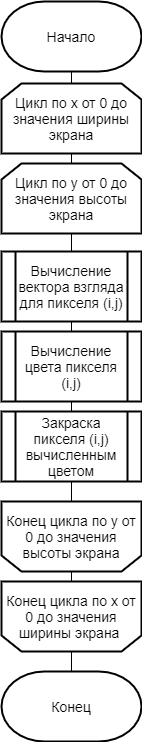
Earlier version of the draw.io export lab4/report/inc/img/trass_simple.png (alena-zayts/BMSTU_5sem_analysis_of_algorithms). Source tidied: cells renumbered, new cells last; positions are measured from the earlier drawing's top-left corner, leaving out a move shared by most shapes. Its diagram source:
```xml
<mxGraphModel>
  <root>
    <mxCell id="0" />
    <mxCell id="1" parent="0" />
    <mxCell id="2" style="edgeStyle=orthogonalEdgeStyle;rounded=0;jettySize=auto;html=1;exitX=0.5;exitY=0;exitDx=0;exitDy=0;entryX=0.5;entryY=1;entryDx=0;entryDy=0;endArrow=none;endFill=0;exitPerimeter=0;entryPerimeter=0;" parent="1" edge="1" source="3" target="5">
      <mxGeometry relative="1" as="geometry" />
    </mxCell>
    <mxCell id="3" value="Конец" style="strokeWidth=2;html=1;shape=mxgraph.flowchart.terminator;whiteSpace=wrap;fontSize=14;" parent="1" vertex="1">
      <mxGeometry y="670" width="140" height="70" as="geometry" />
    </mxCell>
    <mxCell id="4" style="edgeStyle=orthogonalEdgeStyle;rounded=0;orthogonalLoop=1;jettySize=auto;html=1;exitX=0.5;exitY=1;exitDx=0;exitDy=0;entryX=0.5;entryY=0;entryDx=0;entryDy=0;entryPerimeter=0;endArrow=none;endFill=0;" parent="1" edge="1">
      <mxGeometry relative="1" as="geometry">
        <mxPoint x="70" y="72" as="sourcePoint" />
        <mxPoint x="70" y="82" as="targetPoint" />
      </mxGeometry>
    </mxCell>
    <mxCell id="5" value="&lt;font style=&quot;font-size: 14px&quot;&gt;Начало&lt;/font&gt;" style="strokeWidth=2;html=1;shape=mxgraph.flowchart.terminator;whiteSpace=wrap;fontSize=14;fontFamily=Helvetica;" parent="1" vertex="1">
      <mxGeometry width="140" height="70" as="geometry" />
    </mxCell>
    <mxCell id="6" style="edgeStyle=orthogonalEdgeStyle;rounded=0;orthogonalLoop=1;jettySize=auto;html=1;exitX=0.5;exitY=1;exitDx=0;exitDy=0;entryX=0.5;entryY=0;entryDx=0;entryDy=0;endArrow=none;endFill=0;" parent="1" edge="1">
      <mxGeometry relative="1" as="geometry">
        <mxPoint x="70" y="70" as="sourcePoint" />
        <mxPoint x="70" y="80" as="targetPoint" />
      </mxGeometry>
    </mxCell>
    <mxCell id="7" style="edgeStyle=orthogonalEdgeStyle;rounded=0;orthogonalLoop=1;jettySize=auto;html=1;exitX=0.5;exitY=1;exitDx=0;exitDy=0;exitPerimeter=0;entryX=0.5;entryY=0;entryDx=0;entryDy=0;endArrow=none;endFill=0;entryPerimeter=0;" parent="1" edge="1">
      <mxGeometry relative="1" as="geometry">
        <mxPoint x="70" y="152" as="sourcePoint" />
        <mxPoint x="70" y="162" as="targetPoint" />
      </mxGeometry>
    </mxCell>
    <mxCell id="8" style="edgeStyle=orthogonalEdgeStyle;rounded=0;jettySize=auto;html=1;exitX=0.5;exitY=1;exitDx=0;exitDy=0;exitPerimeter=0;entryX=0.5;entryY=1;entryDx=0;entryDy=0;endArrow=none;endFill=0;" parent="1" edge="1" source="16">
      <mxGeometry relative="1" as="geometry">
        <mxPoint x="70" y="500" as="targetPoint" />
      </mxGeometry>
    </mxCell>
    <mxCell id="9" value="&lt;span style=&quot;font-size: 14px&quot;&gt;Цикл по x от 0 до значения ширины экрана&lt;/span&gt;" style="shape=loopLimit;whiteSpace=wrap;html=1;strokeWidth=2;" parent="1" vertex="1">
      <mxGeometry y="82" width="140" height="70" as="geometry" />
    </mxCell>
    <mxCell id="10" style="edgeStyle=orthogonalEdgeStyle;rounded=0;jettySize=auto;html=1;exitX=0.5;exitY=1;exitDx=0;exitDy=0;entryX=0.5;entryY=0;entryDx=0;entryDy=0;endArrow=none;endFill=0;" parent="1" edge="1" source="11" target="13">
      <mxGeometry relative="1" as="geometry" />
    </mxCell>
    <mxCell id="11" value="&lt;span style=&quot;font-size: 14px&quot;&gt;Цикл по y от 0 до значения высоты экрана&lt;/span&gt;" style="shape=loopLimit;whiteSpace=wrap;html=1;strokeWidth=2;" parent="1" vertex="1">
      <mxGeometry y="162" width="140" height="70" as="geometry" />
    </mxCell>
    <mxCell id="12" style="edgeStyle=orthogonalEdgeStyle;rounded=0;jettySize=auto;html=1;exitX=0.5;exitY=1;exitDx=0;exitDy=0;entryX=0.5;entryY=0;entryDx=0;entryDy=0;endArrow=none;endFill=0;" parent="1" edge="1" source="13" target="14">
      <mxGeometry relative="1" as="geometry" />
    </mxCell>
    <mxCell id="13" value="Вычисление цвета пикселя (i,j)" style="shape=process;whiteSpace=wrap;html=1;backgroundOutline=1;strokeWidth=2;fontSize=14;" parent="1" vertex="1">
      <mxGeometry y="330" width="140" height="70" as="geometry" />
    </mxCell>
    <mxCell id="14" value="Закраска пикселя (i,j) вычисленным цветом" style="shape=process;whiteSpace=wrap;html=1;backgroundOutline=1;strokeWidth=2;fontSize=14;" parent="1" vertex="1">
      <mxGeometry y="410" width="140" height="70" as="geometry" />
    </mxCell>
    <mxCell id="15" value="Вычисление вектора взгляда для пикселя (i,j)" style="shape=process;whiteSpace=wrap;html=1;backgroundOutline=1;strokeWidth=2;fontSize=14;" parent="1" vertex="1">
      <mxGeometry y="250" width="140" height="70" as="geometry" />
    </mxCell>
    <mxCell id="16" value="&lt;span style=&quot;font-size: 14px&quot;&gt;Конец цикла&amp;nbsp;&lt;/span&gt;&lt;span style=&quot;font-size: 14px&quot;&gt;по y от 0 до значения высоты экрана&lt;/span&gt;" style="shape=loopLimit;whiteSpace=wrap;html=1;strokeWidth=2;direction=west;" parent="1" vertex="1">
      <mxGeometry y="500" width="140" height="70" as="geometry" />
    </mxCell>
    <mxCell id="17" value="&lt;span style=&quot;font-size: 14px&quot;&gt;Конец цикла&amp;nbsp;&lt;/span&gt;&lt;span style=&quot;font-size: 14px&quot;&gt;по x от 0 до значения ширины экрана&amp;nbsp;&lt;/span&gt;" style="shape=loopLimit;whiteSpace=wrap;html=1;strokeWidth=2;direction=west;" parent="1" vertex="1">
      <mxGeometry y="580" width="140" height="70" as="geometry" />
    </mxCell>
  </root>
</mxGraphModel>
```
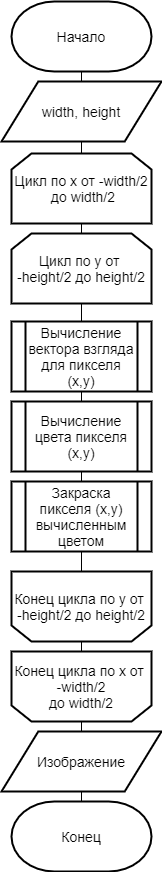
After the change.

Diff of the diagram source:
```diff
@@ -2,11 +2,8 @@
   <root>
     <mxCell id="0" />
     <mxCell id="1" parent="0" />
-    <mxCell id="2" style="edgeStyle=orthogonalEdgeStyle;rounded=0;jettySize=auto;html=1;exitX=0.5;exitY=0;exitDx=0;exitDy=0;entryX=0.5;entryY=1;entryDx=0;entryDy=0;endArrow=none;endFill=0;exitPerimeter=0;entryPerimeter=0;" parent="1" edge="1" source="3" target="5">
-      <mxGeometry relative="1" as="geometry" />
-    </mxCell>
     <mxCell id="3" value="Конец" style="strokeWidth=2;html=1;shape=mxgraph.flowchart.terminator;whiteSpace=wrap;fontSize=14;" parent="1" vertex="1">
-      <mxGeometry y="670" width="140" height="70" as="geometry" />
+      <mxGeometry y="730" width="140" height="70" as="geometry" />
     </mxCell>
     <mxCell id="4" style="edgeStyle=orthogonalEdgeStyle;rounded=0;orthogonalLoop=1;jettySize=auto;html=1;exitX=0.5;exitY=1;exitDx=0;exitDy=0;entryX=0.5;entryY=0;entryDx=0;entryDy=0;entryPerimeter=0;endArrow=none;endFill=0;" parent="1" edge="1">
       <mxGeometry relative="1" as="geometry">
@@ -14,8 +11,11 @@
         <mxPoint x="70" y="82" as="targetPoint" />
       </mxGeometry>
     </mxCell>
+    <mxCell id="18" style="edgeStyle=orthogonalEdgeStyle;rounded=0;jettySize=auto;html=1;exitX=0.5;exitY=1;exitDx=0;exitDy=0;exitPerimeter=0;endArrow=none;endFill=0;" parent="1" edge="1" source="5" target="3">
+      <mxGeometry relative="1" as="geometry" />
+    </mxCell>
     <mxCell id="5" value="&lt;font style=&quot;font-size: 14px&quot;&gt;Начало&lt;/font&gt;" style="strokeWidth=2;html=1;shape=mxgraph.flowchart.terminator;whiteSpace=wrap;fontSize=14;fontFamily=Helvetica;" parent="1" vertex="1">
-      <mxGeometry width="140" height="70" as="geometry" />
+      <mxGeometry y="-70" width="140" height="70" as="geometry" />
     </mxCell>
     <mxCell id="6" style="edgeStyle=orthogonalEdgeStyle;rounded=0;orthogonalLoop=1;jettySize=auto;html=1;exitX=0.5;exitY=1;exitDx=0;exitDy=0;entryX=0.5;entryY=0;entryDx=0;entryDy=0;endArrow=none;endFill=0;" parent="1" edge="1">
       <mxGeometry relative="1" as="geometry">
@@ -34,32 +34,41 @@
         <mxPoint x="70" y="500" as="targetPoint" />
       </mxGeometry>
     </mxCell>
-    <mxCell id="9" value="&lt;span style=&quot;font-size: 14px&quot;&gt;Цикл по x от 0 до значения ширины экрана&lt;/span&gt;" style="shape=loopLimit;whiteSpace=wrap;html=1;strokeWidth=2;" parent="1" vertex="1">
+    <mxCell id="9" value="&lt;span style=&quot;font-size: 14px&quot;&gt;Цикл по x от -&lt;/span&gt;&lt;span style=&quot;font-size: 14px&quot;&gt;width/2&lt;/span&gt;&lt;span style=&quot;font-size: 14px&quot;&gt;&lt;br&gt;&amp;nbsp;до&amp;nbsp;&lt;/span&gt;&lt;span style=&quot;font-size: 14px&quot;&gt;width/2&lt;/span&gt;" style="shape=loopLimit;whiteSpace=wrap;html=1;strokeWidth=2;" parent="1" vertex="1">
       <mxGeometry y="82" width="140" height="70" as="geometry" />
     </mxCell>
     <mxCell id="10" style="edgeStyle=orthogonalEdgeStyle;rounded=0;jettySize=auto;html=1;exitX=0.5;exitY=1;exitDx=0;exitDy=0;entryX=0.5;entryY=0;entryDx=0;entryDy=0;endArrow=none;endFill=0;" parent="1" edge="1" source="11" target="13">
       <mxGeometry relative="1" as="geometry" />
     </mxCell>
-    <mxCell id="11" value="&lt;span style=&quot;font-size: 14px&quot;&gt;Цикл по y от 0 до значения высоты экрана&lt;/span&gt;" style="shape=loopLimit;whiteSpace=wrap;html=1;strokeWidth=2;" parent="1" vertex="1">
+    <mxCell id="11" value="&lt;span style=&quot;font-size: 14px&quot;&gt;Цикл по y от &lt;br&gt;-height/2 до&amp;nbsp;&lt;/span&gt;&lt;span style=&quot;font-size: 14px&quot;&gt;height/2&lt;/span&gt;" style="shape=loopLimit;whiteSpace=wrap;html=1;strokeWidth=2;" parent="1" vertex="1">
       <mxGeometry y="162" width="140" height="70" as="geometry" />
     </mxCell>
     <mxCell id="12" style="edgeStyle=orthogonalEdgeStyle;rounded=0;jettySize=auto;html=1;exitX=0.5;exitY=1;exitDx=0;exitDy=0;entryX=0.5;entryY=0;entryDx=0;entryDy=0;endArrow=none;endFill=0;" parent="1" edge="1" source="13" target="14">
       <mxGeometry relative="1" as="geometry" />
     </mxCell>
-    <mxCell id="13" value="Вычисление цвета пикселя (i,j)" style="shape=process;whiteSpace=wrap;html=1;backgroundOutline=1;strokeWidth=2;fontSize=14;" parent="1" vertex="1">
+    <mxCell id="13" value="Вычисление цвета пикселя (x,y)" style="shape=process;whiteSpace=wrap;html=1;backgroundOutline=1;strokeWidth=2;fontSize=14;" parent="1" vertex="1">
       <mxGeometry y="330" width="140" height="70" as="geometry" />
     </mxCell>
-    <mxCell id="14" value="Закраска пикселя (i,j) вычисленным цветом" style="shape=process;whiteSpace=wrap;html=1;backgroundOutline=1;strokeWidth=2;fontSize=14;" parent="1" vertex="1">
+    <mxCell id="14" value="Закраска пикселя (x,y) вычисленным цветом" style="shape=process;whiteSpace=wrap;html=1;backgroundOutline=1;strokeWidth=2;fontSize=14;" parent="1" vertex="1">
       <mxGeometry y="410" width="140" height="70" as="geometry" />
     </mxCell>
-    <mxCell id="15" value="Вычисление вектора взгляда для пикселя (i,j)" style="shape=process;whiteSpace=wrap;html=1;backgroundOutline=1;strokeWidth=2;fontSize=14;" parent="1" vertex="1">
+    <mxCell id="15" value="Вычисление вектора взгляда для пикселя (x,y)" style="shape=process;whiteSpace=wrap;html=1;backgroundOutline=1;strokeWidth=2;fontSize=14;" parent="1" vertex="1">
       <mxGeometry y="250" width="140" height="70" as="geometry" />
     </mxCell>
-    <mxCell id="16" value="&lt;span style=&quot;font-size: 14px&quot;&gt;Конец цикла&amp;nbsp;&lt;/span&gt;&lt;span style=&quot;font-size: 14px&quot;&gt;по y от 0 до значения высоты экрана&lt;/span&gt;" style="shape=loopLimit;whiteSpace=wrap;html=1;strokeWidth=2;direction=west;" parent="1" vertex="1">
+    <mxCell id="16" value="&lt;span style=&quot;font-size: 14px&quot;&gt;Конец цикла&amp;nbsp;&lt;/span&gt;&lt;span style=&quot;font-size: 14px&quot;&gt;по y от&amp;nbsp;&lt;br&gt;-height/2 до&amp;nbsp;&lt;/span&gt;&lt;span style=&quot;font-size: 14px&quot;&gt;height/2&lt;/span&gt;" style="shape=loopLimit;whiteSpace=wrap;html=1;strokeWidth=2;direction=west;" parent="1" vertex="1">
       <mxGeometry y="500" width="140" height="70" as="geometry" />
     </mxCell>
-    <mxCell id="17" value="&lt;span style=&quot;font-size: 14px&quot;&gt;Конец цикла&amp;nbsp;&lt;/span&gt;&lt;span style=&quot;font-size: 14px&quot;&gt;по x от 0 до значения ширины экрана&amp;nbsp;&lt;/span&gt;" style="shape=loopLimit;whiteSpace=wrap;html=1;strokeWidth=2;direction=west;" parent="1" vertex="1">
+    <mxCell id="17" value="&lt;span style=&quot;font-size: 14px&quot;&gt;Конец цикла&amp;nbsp;&lt;/span&gt;&lt;span style=&quot;font-size: 14px&quot;&gt;по x от &lt;br&gt;-&lt;/span&gt;&lt;span style=&quot;font-size: 14px&quot;&gt;width/2&lt;/span&gt;&lt;span style=&quot;font-size: 14px&quot;&gt;&lt;br&gt;&amp;nbsp;до&amp;nbsp;&lt;/span&gt;&lt;span style=&quot;font-size: 14px&quot;&gt;width/2&lt;/span&gt;&lt;span style=&quot;font-size: 14px&quot;&gt;&amp;nbsp;&lt;/span&gt;" style="shape=loopLimit;whiteSpace=wrap;html=1;strokeWidth=2;direction=west;" parent="1" vertex="1">
       <mxGeometry y="580" width="140" height="70" as="geometry" />
     </mxCell>
+    <mxCell id="19" value="&lt;font style=&quot;font-size: 14px&quot;&gt;width, height&lt;br&gt;&lt;/font&gt;" style="shape=parallelogram;html=1;strokeWidth=2;perimeter=parallelogramPerimeter;whiteSpace=wrap;rounded=0;arcSize=12;size=0.23;fontSize=13;" parent="1" vertex="1">
+      <mxGeometry x="-10" y="10" width="160" height="60" as="geometry" />
+    </mxCell>
+    <mxCell id="20" value="&lt;font style=&quot;font-size: 14px&quot;&gt;Изображение&lt;br&gt;&lt;/font&gt;" style="shape=parallelogram;html=1;strokeWidth=2;perimeter=parallelogramPerimeter;whiteSpace=wrap;rounded=0;arcSize=12;size=0.23;fontSize=13;" parent="1" vertex="1">
+      <mxGeometry x="-10" y="660" width="160" height="60" as="geometry" />
+    </mxCell>
+    <mxCell id="21" style="edgeStyle=orthogonalEdgeStyle;rounded=0;jettySize=auto;html=1;exitX=0.5;exitY=0;exitDx=0;exitDy=0;entryX=0.5;entryY=1;entryDx=0;entryDy=0;endArrow=none;endFill=0;exitPerimeter=0;entryPerimeter=0;" parent="1" edge="1" source="3" target="20">
+      <mxGeometry relative="1" as="geometry" />
+    </mxCell>
   </root>
 </mxGraphModel>
```
